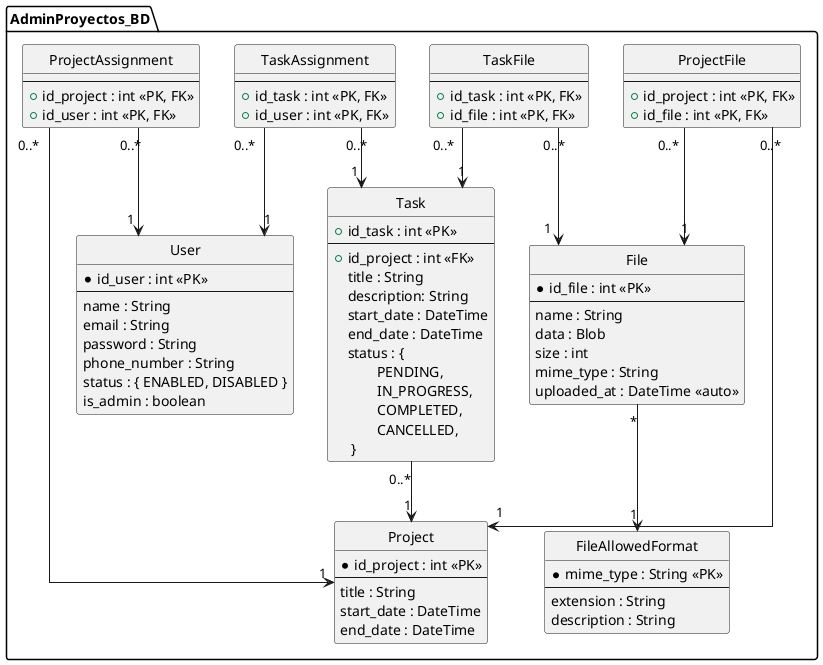
daniel-alegria3/AdminProyectos keeps this PlantUML diagram as backend/database/diagram/schema.png. Above is the earlier version. The source it was exported from:
```plantuml
@startuml
hide circle
skinparam linetype ortho

package "AdminProyectos_BD" {
  class User {
    * id_user : int <<PK>>
    --
    name : String
    email : String
    password : String
    phone_number : String
    status : { ENABLED, DISABLED }
    is_admin : boolean
  }


  class Project {
    * id_project : int <<PK>>
    --
    title : String
    start_date : DateTime
    end_date : DateTime
  }

  class ProjectAssignment {
    --
    + id_project : int <<PK, FK>>
    + id_user : int <<PK, FK>>
  }


  class Task {
    + id_task : int <<PK>>
    --
    + id_project : int <<FK>>
    title : String
    description: String
    start_date : DateTime
    end_date : DateTime
    status : { \n\tPENDING,\n\tIN_PROGRESS,\n\tCOMPLETED,\n\tCANCELLED,\n }
  }

  class TaskAssignment {
    --
    + id_task : int <<PK, FK>>
    + id_user : int <<PK, FK>>
  }


  class File {
    * id_file : int <<PK>>
    --
    name : String
    data : Blob
    size : int
    mime_type : String
    uploaded_at : DateTime <<auto>>
  }

  class FileAllowedFormat {
    * mime_type : String <<PK>>
    --
    extension : String
    description : String
  }


  class ProjectFile {
    --
    + id_project : int <<PK, FK>>
    + id_file : int <<PK, FK>>
  }

  class TaskFile {
    --
    + id_task : int <<PK, FK>>
    + id_file : int <<PK, FK>>
  }
}

ProjectAssignment "0..*" --> "1" User
TaskAssignment "0..*" --> "1" User
ProjectAssignment "0..*" --> "1" Project
Task "0..*" --> "1" Project
ProjectFile "0..*" --> "1" Project
TaskAssignment "0..*" --> "1" Task
TaskFile "0..*" --> "1" Task
ProjectFile "0..*" --> "1" File
TaskFile "0..*" --> "1" File
File "*" --> "1" FileAllowedFormat

@enduml
```
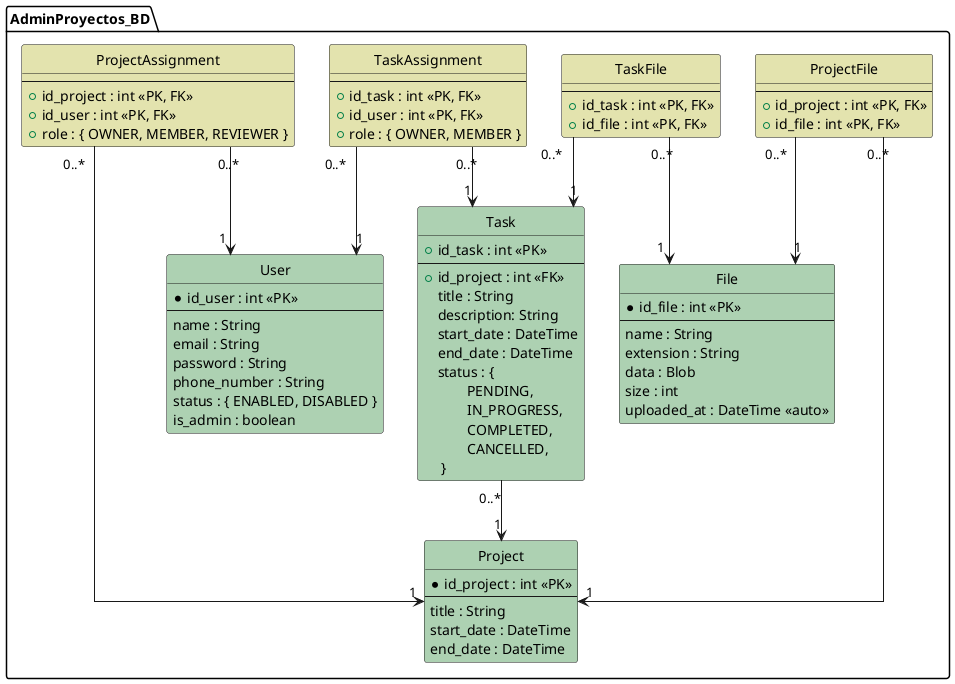
Later version of the same file.

Diff of the diagram source:
```diff
@@ -2,8 +2,11 @@
 hide circle
 skinparam linetype ortho
 
+!define ENTITY_COLOR #ADD1B2
+!define ASSIGNMENT_COLOR #E3E3AE
+
 package "AdminProyectos_BD" {
-  class User {
+  class User ENTITY_COLOR {
     * id_user : int <<PK>>
     --
     name : String
@@ -15,7 +18,7 @@
   }
 
 
-  class Project {
+  class Project ENTITY_COLOR {
     * id_project : int <<PK>>
     --
     title : String
@@ -23,14 +26,15 @@
     end_date : DateTime
   }
 
-  class ProjectAssignment {
+  class ProjectAssignment ASSIGNMENT_COLOR {
     --
     + id_project : int <<PK, FK>>
     + id_user : int <<PK, FK>>
+    + role : { OWNER, MEMBER, REVIEWER }
   }
 
 
-  class Task {
+  class Task ENTITY_COLOR {
     + id_task : int <<PK>>
     --
     + id_project : int <<FK>>
@@ -41,38 +45,31 @@
     status : { \n\tPENDING,\n\tIN_PROGRESS,\n\tCOMPLETED,\n\tCANCELLED,\n }
   }
 
-  class TaskAssignment {
+  class TaskAssignment ASSIGNMENT_COLOR {
     --
     + id_task : int <<PK, FK>>
     + id_user : int <<PK, FK>>
+    + role : { OWNER, MEMBER }
   }
 
 
-  class File {
+  class File ENTITY_COLOR {
     * id_file : int <<PK>>
     --
     name : String
+    extension : String
     data : Blob
     size : int
-    mime_type : String
     uploaded_at : DateTime <<auto>>
   }
 
-  class FileAllowedFormat {
-    * mime_type : String <<PK>>
-    --
-    extension : String
-    description : String
-  }
-
-
-  class ProjectFile {
+  class ProjectFile ASSIGNMENT_COLOR {
     --
     + id_project : int <<PK, FK>>
     + id_file : int <<PK, FK>>
   }
 
-  class TaskFile {
+  class TaskFile ASSIGNMENT_COLOR {
     --
     + id_task : int <<PK, FK>>
     + id_file : int <<PK, FK>>
@@ -88,6 +85,5 @@
 TaskFile "0..*" --> "1" Task
 ProjectFile "0..*" --> "1" File
 TaskFile "0..*" --> "1" File
-File "*" --> "1" FileAllowedFormat
 
 @enduml
```
